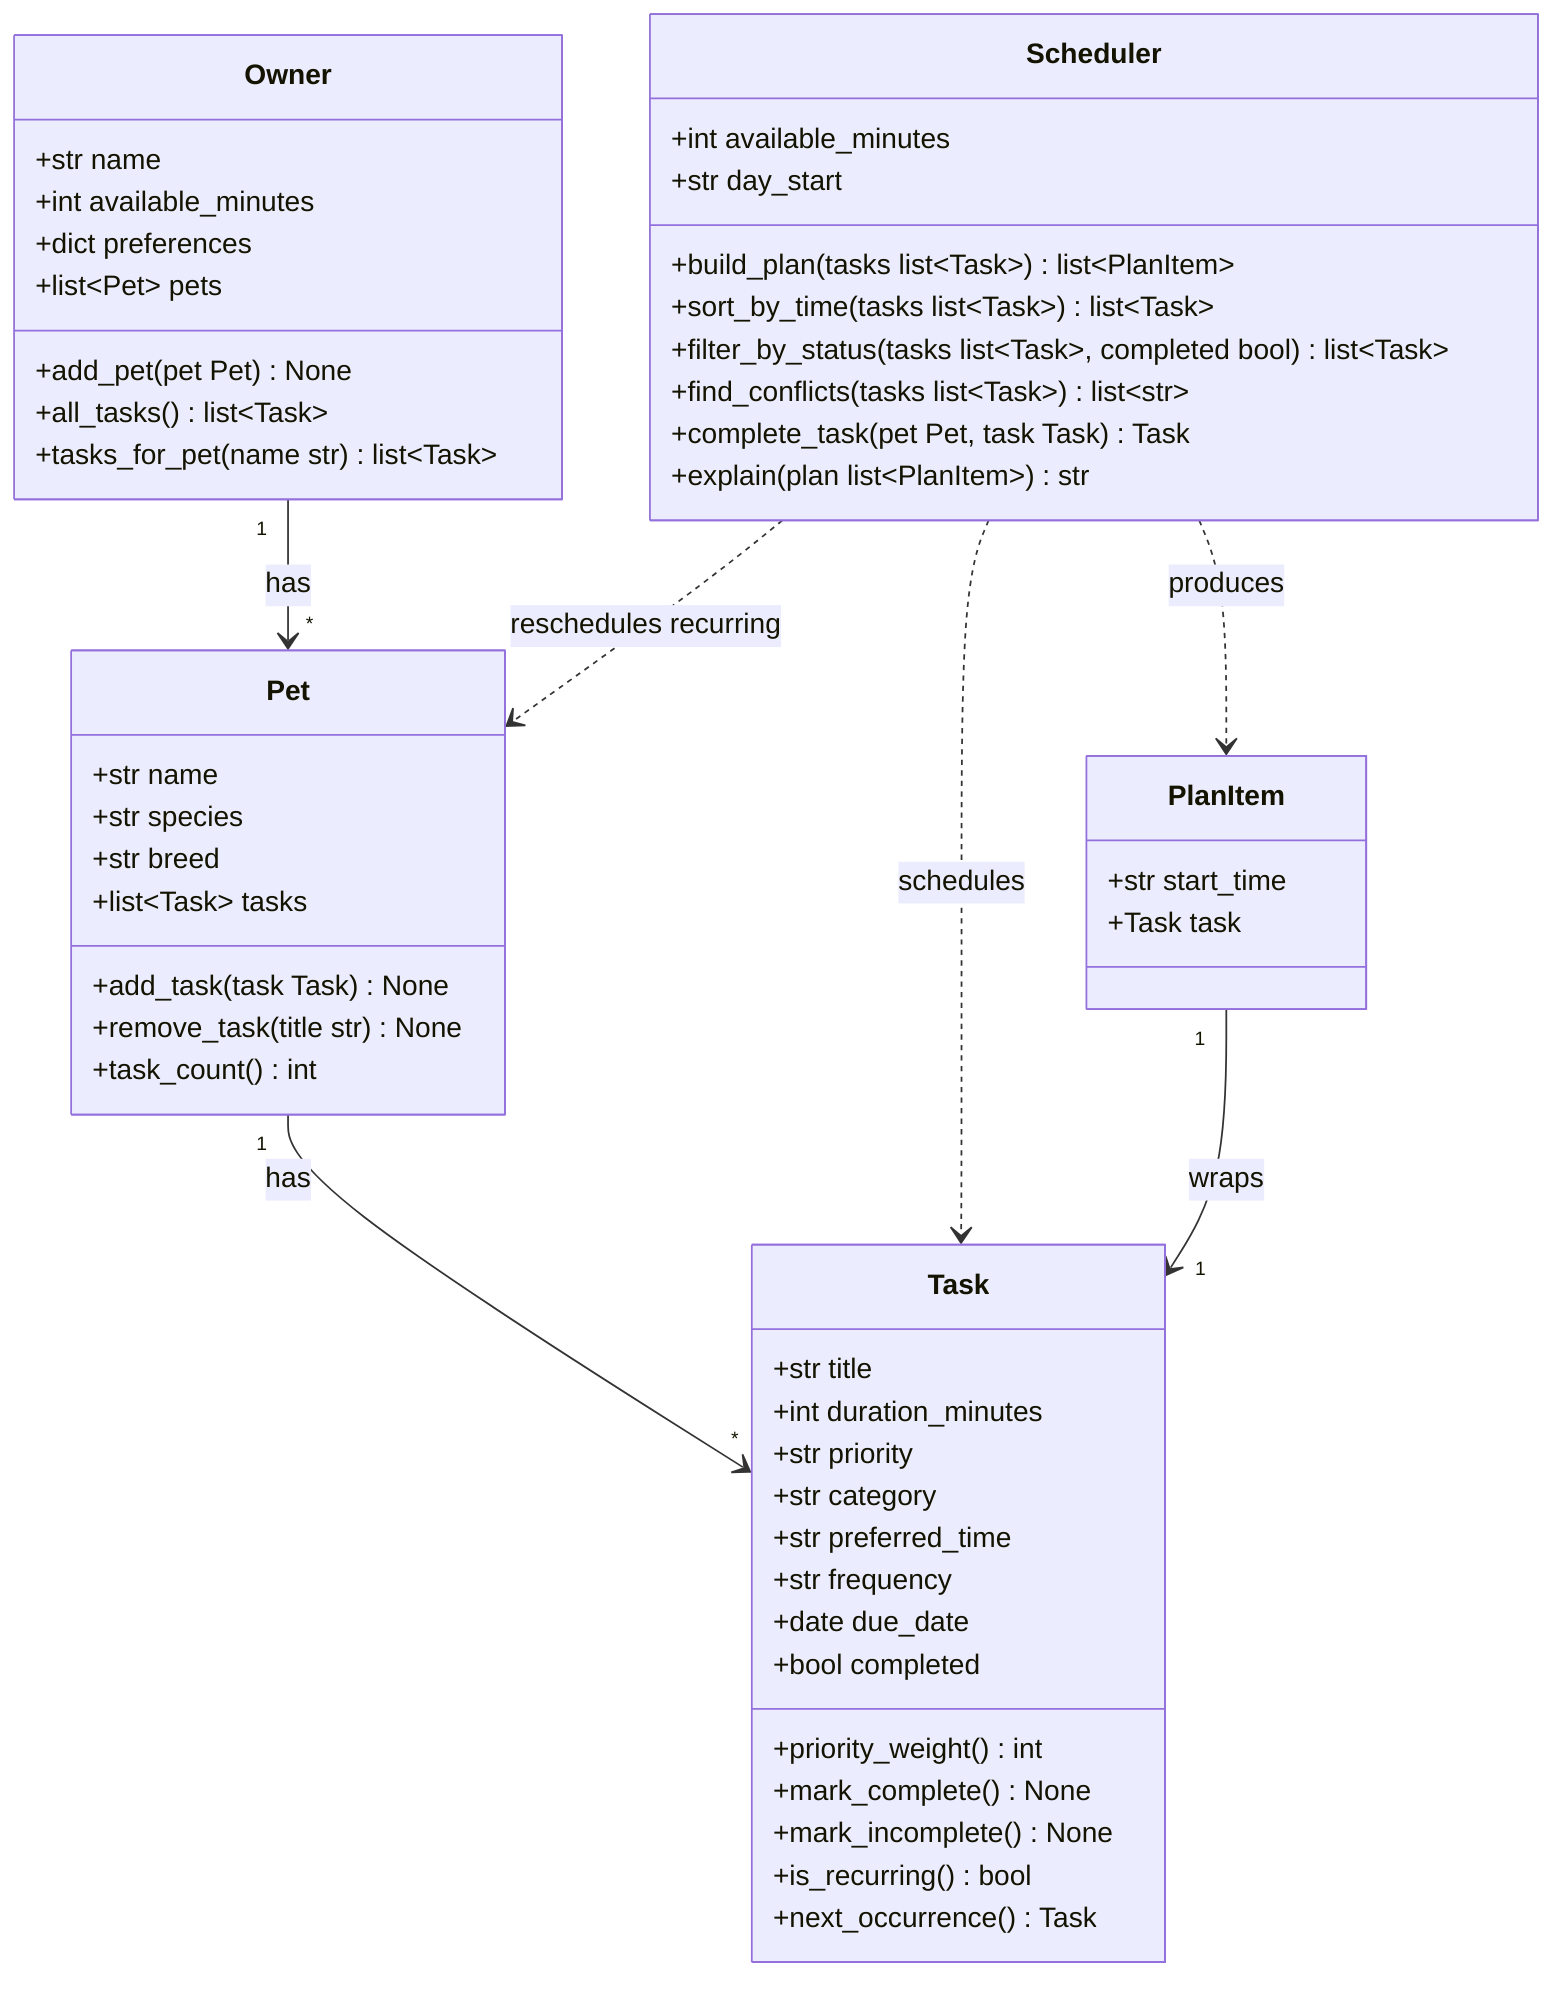
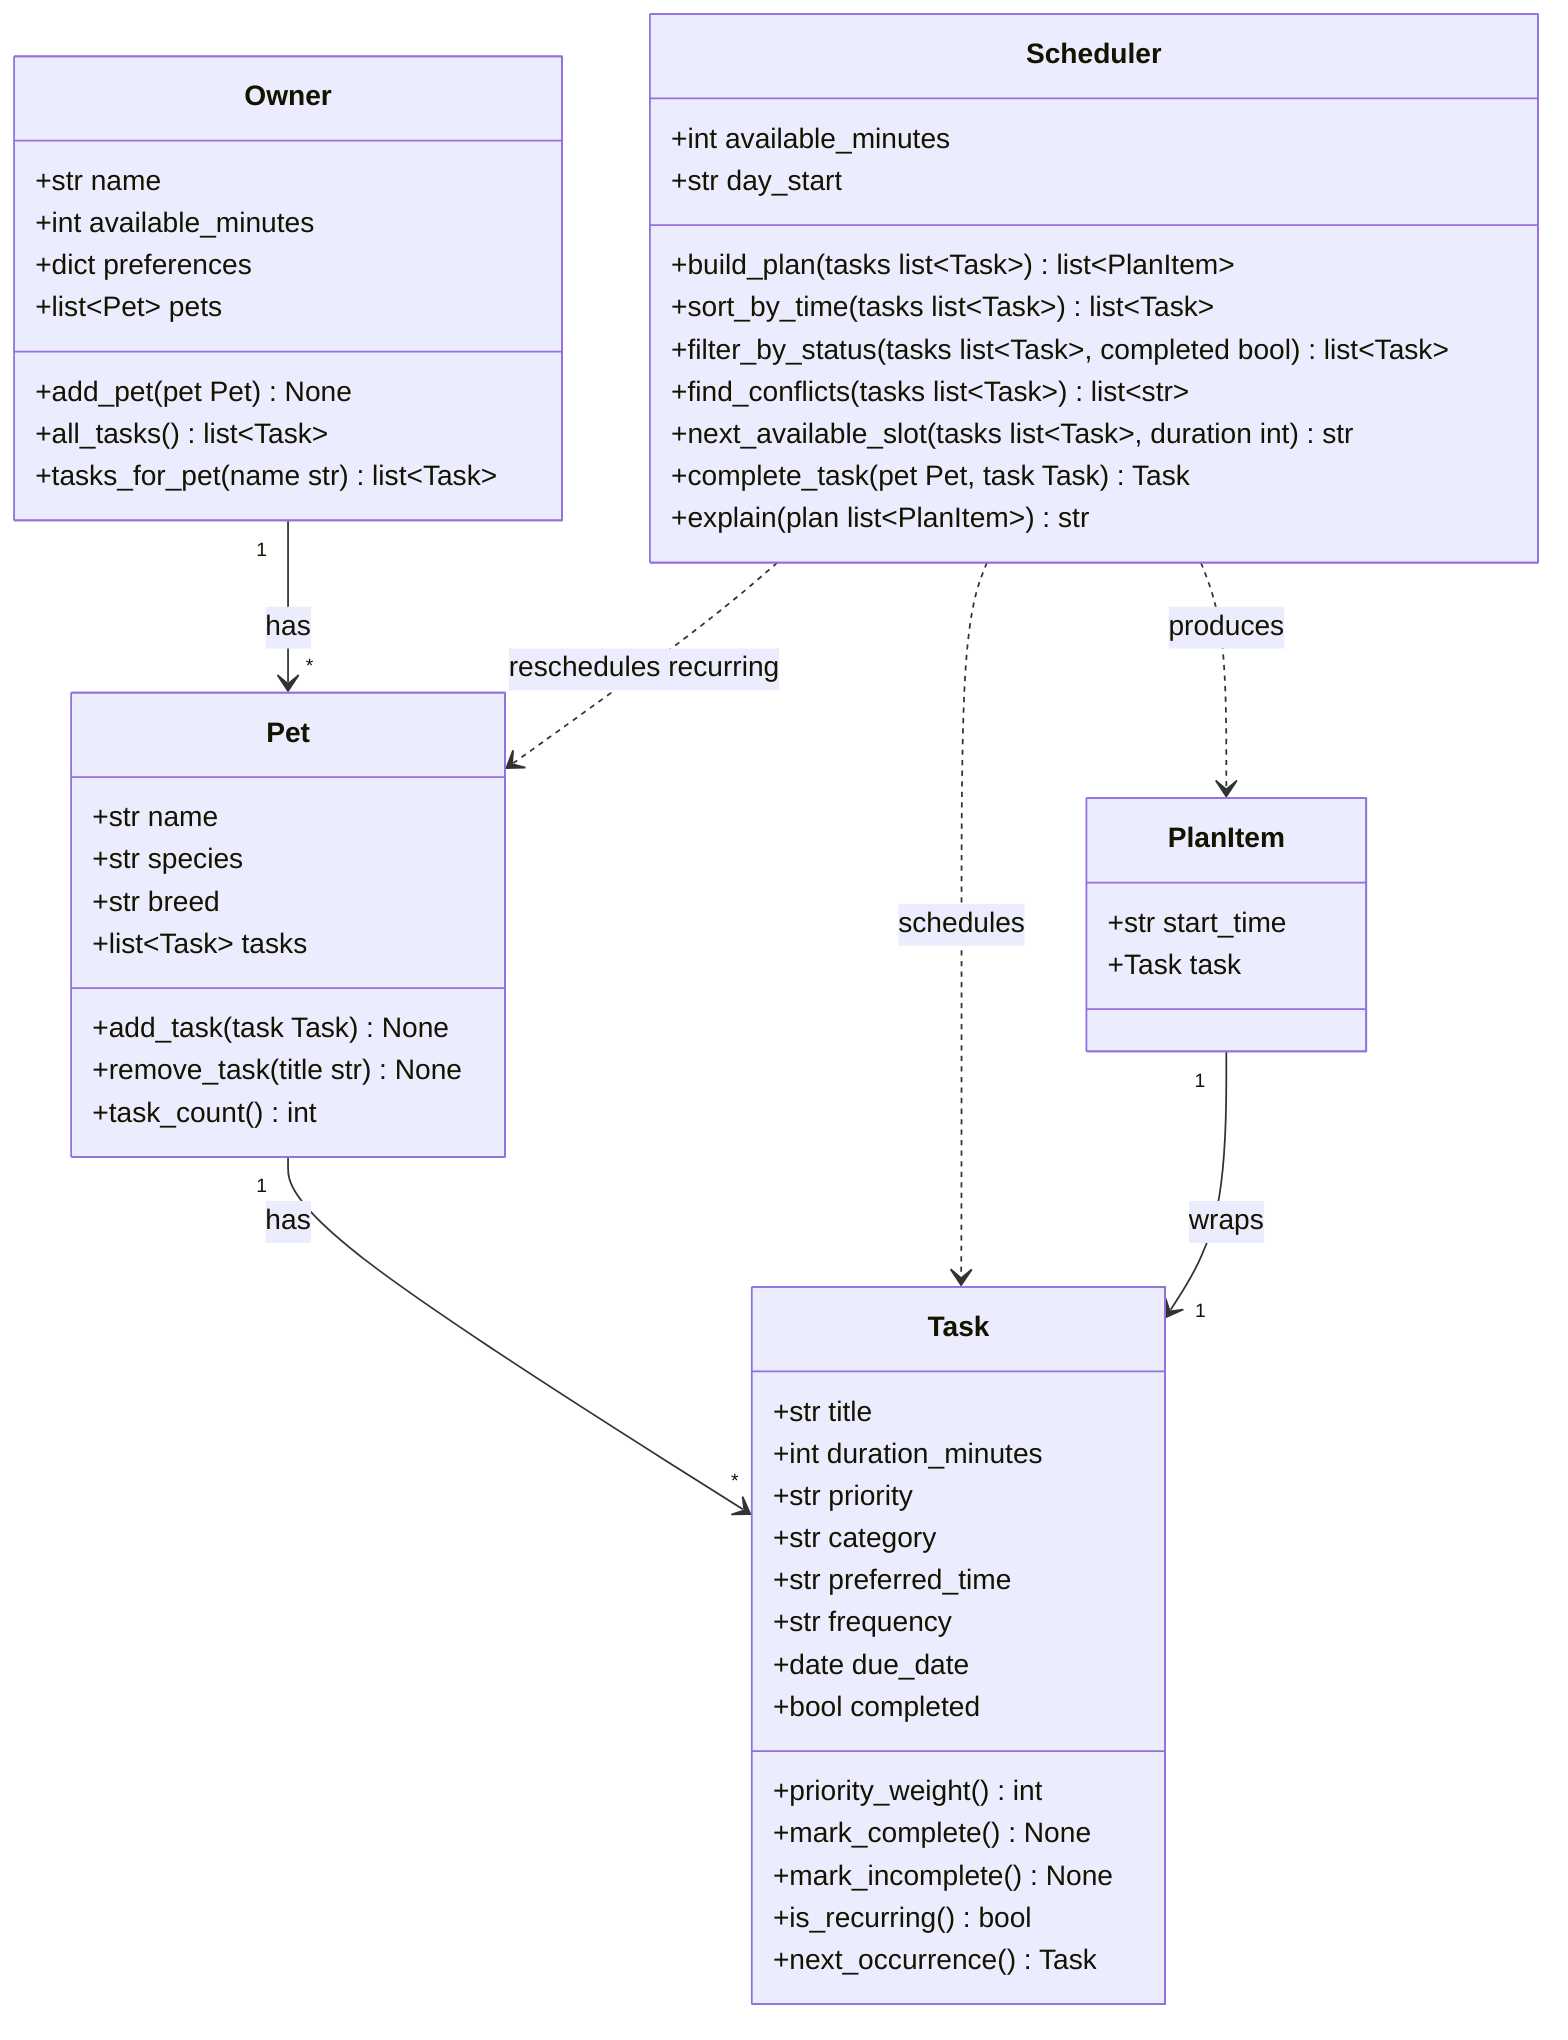
classDiagram
    %% PawPal+ FINAL system design — matches pawpal_system.py after Phases 2-5.
    %% Changes since the Phase 1 draft:
    %%   - Task gained completion status, recurrence (frequency + due_date),
    %%     is_recurring(), and next_occurrence().
    %%   - Scheduler gained the algorithmic layer: sort_by_time, filter_by_status,
    %%     find_conflicts, and complete_task (which reschedules recurring tasks).
    %%   - Owner gained tasks_for_pet(); PlanItem was added to carry plan timing.

    class Owner {
        +str name
        +int available_minutes
        +dict preferences
        +list~Pet~ pets
        +add_pet(pet Pet) None
        +all_tasks() list~Task~
        +tasks_for_pet(name str) list~Task~
    }

    class Pet {
        +str name
        +str species
        +str breed
        +list~Task~ tasks
        +add_task(task Task) None
        +remove_task(title str) None
        +task_count() int
    }

    class Task {
        +str title
        +int duration_minutes
        +str priority
        +str category
        +str preferred_time
        +str frequency
        +date due_date
        +bool completed
        +priority_weight() int
        +mark_complete() None
        +mark_incomplete() None
        +is_recurring() bool
        +next_occurrence() Task
    }

    class Scheduler {
        +int available_minutes
        +str day_start
        +build_plan(tasks list~Task~) list~PlanItem~
        +sort_by_time(tasks list~Task~) list~Task~
        +filter_by_status(tasks list~Task~, completed bool) list~Task~
        +find_conflicts(tasks list~Task~) list~str~
+         +next_available_slot(tasks list~Task~, duration int) str
        +complete_task(pet Pet, task Task) Task
        +explain(plan list~PlanItem~) str
    }

    class PlanItem {
        +str start_time
        +Task task
    }

    Owner "1" --> "*" Pet : has
    Pet "1" --> "*" Task : has
    Scheduler ..> Task : schedules
    Scheduler ..> Pet : reschedules recurring
    Scheduler ..> PlanItem : produces
    PlanItem "1" --> "1" Task : wraps
